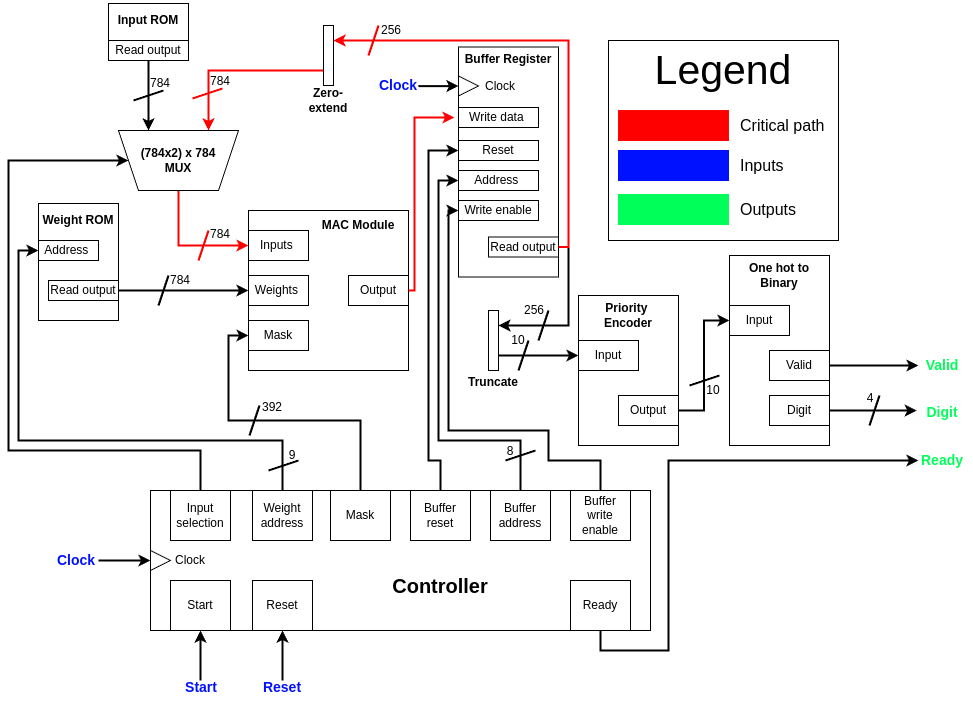
Earlier version of the draw.io export architecture.png (MarkArdman/mac-module). Source tidied: cells renumbered, new cells last; positions are measured from the earlier drawing's top-left corner, leaving out a move shared by most shapes.
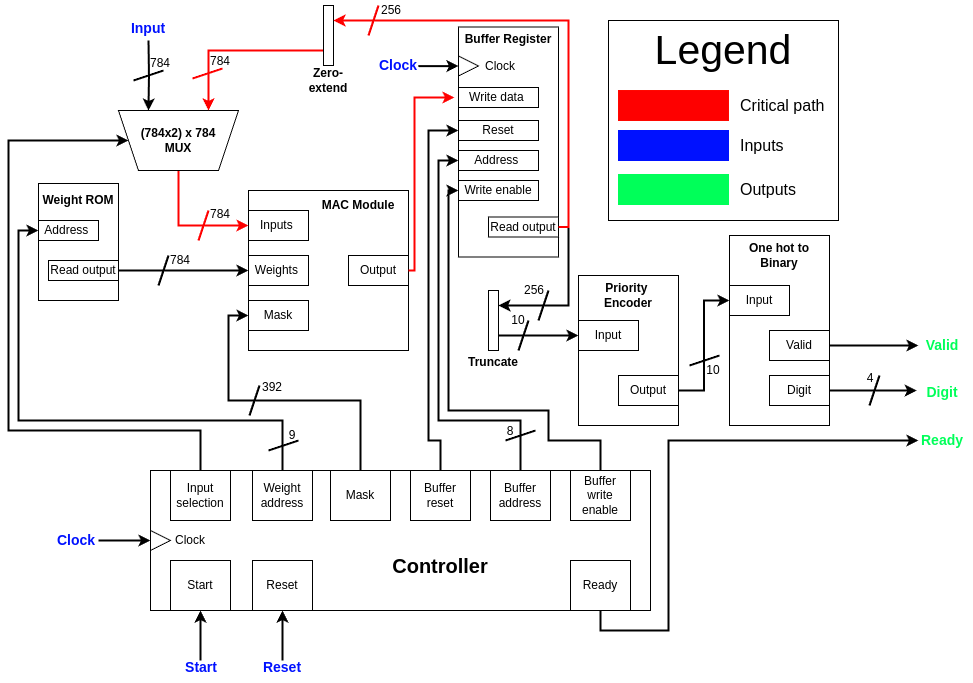
The same diagram one commit later.

Change to the diagram source:
```diff
@@ -38,18 +38,6 @@
     <mxCell id="13" value="&lt;b&gt;Weight ROM&lt;/b&gt;" style="text;html=1;align=center;verticalAlign=middle;whiteSpace=wrap;rounded=0;" parent="9" vertex="1">
       <mxGeometry width="80" height="40" as="geometry" />
     </mxCell>
-    <mxCell id="14" style="group;" parent="1" vertex="1">
-      <mxGeometry x="100" width="80" height="60" as="geometry" />
-    </mxCell>
-    <mxCell id="15" style="rounded=0;whiteSpace=wrap;html=1;" parent="14" vertex="1">
-      <mxGeometry y="3" width="80" height="57" as="geometry" />
-    </mxCell>
-    <mxCell id="16" value="&lt;font&gt;Read output&lt;/font&gt;" style="rounded=0;whiteSpace=wrap;html=1;" parent="14" vertex="1">
-      <mxGeometry y="40" width="80" height="20" as="geometry" />
-    </mxCell>
-    <mxCell id="17" value="&lt;b&gt;Input ROM&lt;/b&gt;" style="text;html=1;align=center;verticalAlign=middle;whiteSpace=wrap;rounded=0;" parent="14" vertex="1">
-      <mxGeometry width="80" height="40" as="geometry" />
-    </mxCell>
     <mxCell id="18" style="edgeStyle=orthogonalEdgeStyle;rounded=0;jettySize=auto;html=1;exitX=0.5;exitY=1;exitDx=0;exitDy=0;entryX=0;entryY=0.5;entryDx=0;entryDy=0;strokeWidth=2;strokeColor=#FF0000;" parent="1" edge="1" source="19" target="4">
       <mxGeometry relative="1" as="geometry" />
     </mxCell>
@@ -195,8 +183,10 @@
         <mxPoint x="50" y="63" as="targetPoint" />
       </mxGeometry>
     </mxCell>
-    <mxCell id="57" style="edgeStyle=orthogonalEdgeStyle;rounded=0;jettySize=auto;html=1;exitX=0.5;exitY=1;exitDx=0;exitDy=0;entryX=0.25;entryY=0;entryDx=0;entryDy=0;strokeWidth=2;" parent="1" edge="1" source="16" target="19">
-      <mxGeometry relative="1" as="geometry" />
+    <mxCell id="57" style="edgeStyle=orthogonalEdgeStyle;rounded=0;jettySize=auto;html=1;exitX=0.5;exitY=1;exitDx=0;exitDy=0;entryX=0.25;entryY=0;entryDx=0;entryDy=0;strokeWidth=2;" parent="1" edge="1" target="19">
+      <mxGeometry relative="1" as="geometry">
+        <mxPoint x="140" y="60" as="sourcePoint" />
+      </mxGeometry>
     </mxCell>
     <mxCell id="58" style="edgeStyle=orthogonalEdgeStyle;rounded=0;jettySize=auto;html=1;exitX=0;exitY=0.75;exitDx=0;exitDy=0;entryX=0.75;entryY=0;entryDx=0;entryDy=0;strokeWidth=2;fontColor=#FF0B0B;strokeColor=#FF0000;" parent="1" edge="1" source="59" target="19">
       <mxGeometry relative="1" as="geometry" />
@@ -469,5 +459,8 @@
         <mxPoint x="910" y="365" as="targetPoint" />
       </mxGeometry>
     </mxCell>
+    <mxCell id="122" value="&lt;font style=&quot;font-size: 14px;&quot;&gt;&lt;b&gt;Input&lt;/b&gt;&lt;/font&gt;" style="text;html=1;align=center;verticalAlign=middle;whiteSpace=wrap;rounded=0;fontColor=#0011FF;" parent="1" vertex="1">
+      <mxGeometry x="110" y="33" width="60" height="30" as="geometry" />
+    </mxCell>
   </root>
 </mxGraphModel>
```
